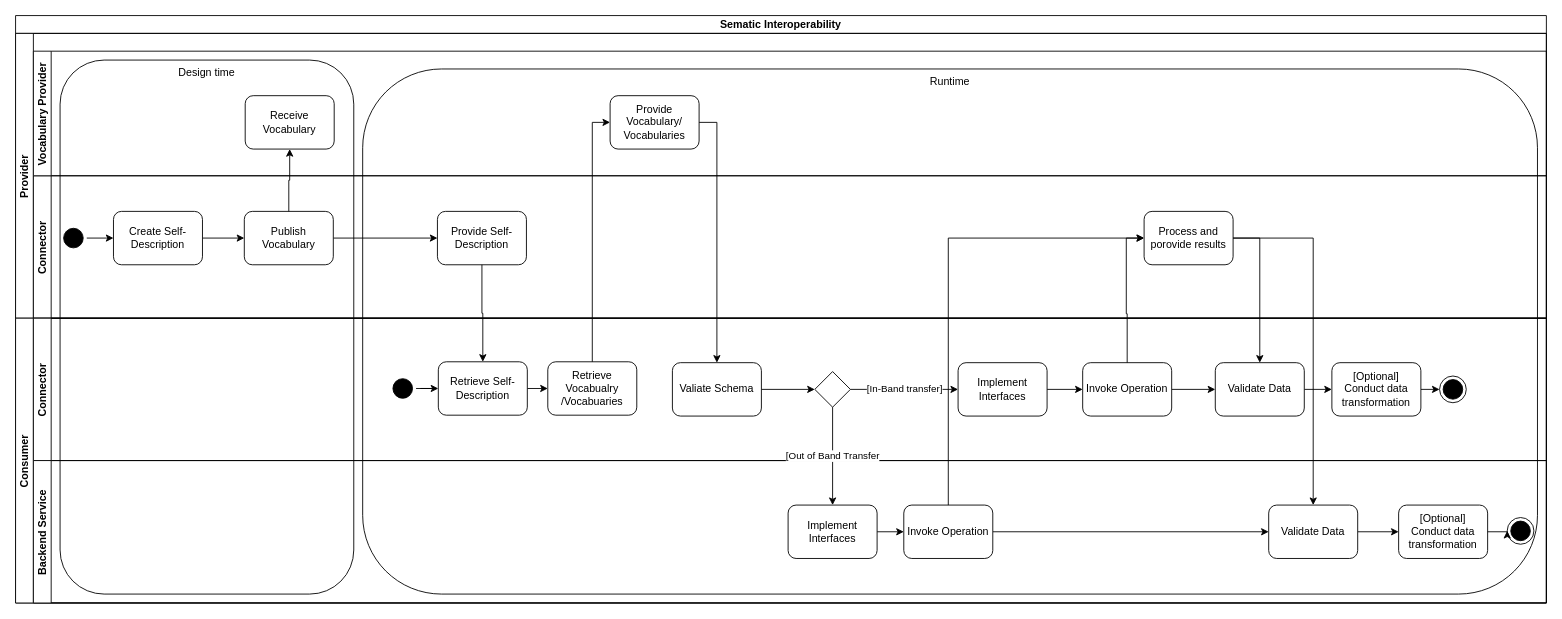
International-Data-Spaces-Association/IDS-RAM_4_0 keeps this draw.io diagram as documentation/3_Layers_of_the_Reference_Architecture_Model/3_4_Process_Layer/media/semantic_interop_data-transfer.drawio. Above is the earlier version. Source tidied: cells renumbered, new cells numbered last; positions are measured from the earlier drawing's top-left corner, leaving out a move shared by most shapes. Both pictures are drawn from the tidied source at 89%, with x=0, y=0 at pixel (15, 15).
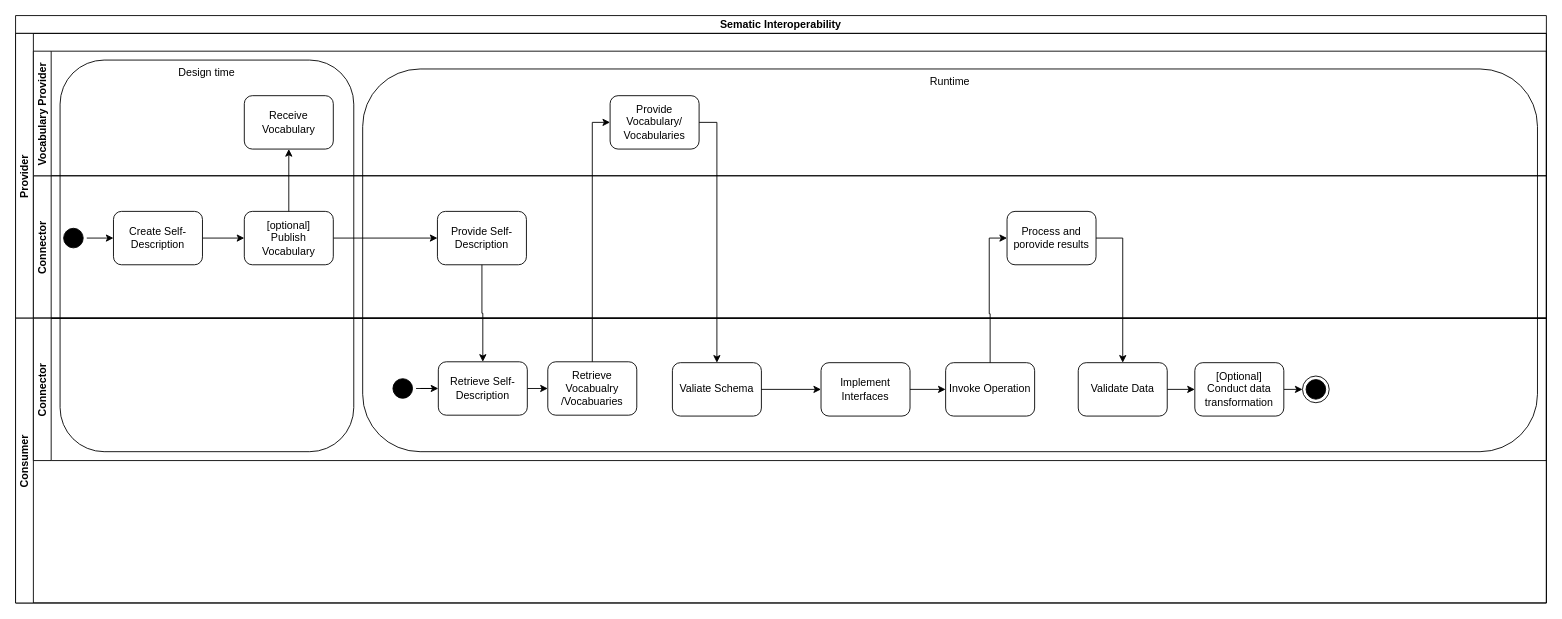
The same page after the edit.

The change refers to these unchanged cells:
```xml
<mxCell id="3" value="Sematic Interoperability" style="swimlane;horizontal=1;startSize=20;fontStyle=1;" parent="1" vertex="1">
  <mxGeometry width="1720" height="660" as="geometry" />
</mxCell>
<mxCell id="5" value="Connector" style="swimlane;startSize=20;horizontal=0;" parent="4" vertex="1">
  <mxGeometry x="20" y="160" width="1700" height="160" as="geometry" />
</mxCell>
<mxCell id="14" value="Vocabulary Provider" style="swimlane;startSize=20;horizontal=0;" parent="4" vertex="1">
  <mxGeometry x="20" y="20" width="1700" height="140" as="geometry" />
</mxCell>
<mxCell id="19" value="Consumer" style="swimlane;startSize=20;horizontal=0;" parent="3" vertex="1">
  <mxGeometry y="340" width="1720" height="320" as="geometry" />
</mxCell>
<mxCell id="20" value="Connector" style="swimlane;startSize=20;horizontal=0;" parent="19" vertex="1">
  <mxGeometry x="20" width="1700" height="160" as="geometry" />
</mxCell>
<mxCell id="27" value="Valiate Schema" style="rounded=1;whiteSpace=wrap;html=1;strokeColor=default;" parent="20" vertex="1">
  <mxGeometry x="718" y="50" width="100" height="60" as="geometry" />
</mxCell>
```

Diff of the diagram source:
```diff
@@
+    <mxCell id="57" value="Runtime" style="rounded=1;whiteSpace=wrap;html=1;fillColor=none;verticalAlign=top;" parent="1" vertex="1">
+      <mxGeometry x="390" y="60" width="1320" height="430" as="geometry" />
+    </mxCell>
     <mxCell id="2" value="Design time" style="rounded=1;whiteSpace=wrap;html=1;fillColor=none;verticalAlign=top;" parent="1" vertex="1">
-      <mxGeometry x="50" y="50" width="330" height="600" as="geometry" />
+      <mxGeometry x="50" y="50" width="330" height="440" as="geometry" />
     </mxCell>
@@
     <mxCell id="7" value="Process and porovide results" style="rounded=1;whiteSpace=wrap;html=1;strokeColor=default;" parent="5" vertex="1">
-      <mxGeometry x="1248" y="40" width="100" height="60" as="geometry" />
+      <mxGeometry x="1094" y="40" width="100" height="60" as="geometry" />
     </mxCell>
@@
-    <mxCell id="13" value="Publish Vocabulary" style="rounded=1;whiteSpace=wrap;html=1;strokeColor=default;" parent="5" vertex="1">
+    <mxCell id="13" value="[optional]&lt;br&gt;Publish Vocabulary" style="rounded=1;whiteSpace=wrap;html=1;strokeColor=default;" parent="5" vertex="1">
       <mxGeometry x="237" y="40" width="100" height="60" as="geometry" />
     </mxCell>
@@
     <mxCell id="16" value="Receive Vocabulary" style="rounded=1;whiteSpace=wrap;html=1;strokeColor=default;" parent="14" vertex="1">
-      <mxGeometry x="238" y="50" width="100" height="60" as="geometry" />
+      <mxGeometry x="237" y="50" width="100" height="60" as="geometry" />
     </mxCell>
@@
-    <mxCell id="26" style="edgeStyle=orthogonalEdgeStyle;rounded=0;jettySize=auto;html=1;exitX=1;exitY=0.5;exitDx=0;exitDy=0;entryX=0;entryY=0.5;entryDx=0;entryDy=0;" parent="20" edge="1" source="27" target="29">
-      <mxGeometry relative="1" as="geometry" />
-    </mxCell>
@@
-    <mxCell id="28" value="[In-Band transfer]" style="edgeStyle=orthogonalEdgeStyle;rounded=0;jettySize=auto;html=1;exitX=1;exitY=0.5;exitDx=0;exitDy=0;entryX=0;entryY=0.5;entryDx=0;entryDy=0;" parent="20" edge="1" source="29" target="31">
-      <mxGeometry relative="1" as="geometry" />
-    </mxCell>
-    <mxCell id="29" style="rhombus;whiteSpace=wrap;html=1;" parent="20" vertex="1">
-      <mxGeometry x="878" y="60" width="40" height="40" as="geometry" />
-    </mxCell>
@@
     <mxCell id="31" value="Implement Interfaces" style="rounded=1;whiteSpace=wrap;html=1;strokeColor=default;" parent="20" vertex="1">
-      <mxGeometry x="1039" y="50" width="100" height="60" as="geometry" />
+      <mxGeometry x="885" y="50" width="100" height="60" as="geometry" />
     </mxCell>
@@
     <mxCell id="33" value="[Optional]&lt;br&gt;Conduct data transformation" style="rounded=1;whiteSpace=wrap;html=1;strokeColor=default;" parent="20" vertex="1">
-      <mxGeometry x="1459" y="50" width="100" height="60" as="geometry" />
+      <mxGeometry x="1305" y="50" width="100" height="60" as="geometry" />
     </mxCell>
@@
     <mxCell id="35" value="Validate Data" style="rounded=1;whiteSpace=wrap;html=1;strokeColor=default;" parent="20" vertex="1">
-      <mxGeometry x="1328" y="50" width="100" height="60" as="geometry" />
+      <mxGeometry x="1174" y="50" width="100" height="60" as="geometry" />
     </mxCell>
-    <mxCell id="36" style="edgeStyle=orthogonalEdgeStyle;rounded=0;jettySize=auto;html=1;exitX=1;exitY=0.5;exitDx=0;exitDy=0;entryX=0;entryY=0.5;entryDx=0;entryDy=0;" parent="20" edge="1" source="37" target="35">
-      <mxGeometry relative="1" as="geometry" />
-    </mxCell>
     <mxCell id="37" value="Invoke Operation" style="rounded=1;whiteSpace=wrap;html=1;strokeColor=default;" parent="20" vertex="1">
-      <mxGeometry x="1179" y="50" width="100" height="60" as="geometry" />
+      <mxGeometry x="1025" y="50" width="100" height="60" as="geometry" />
     </mxCell>
     <mxCell id="38" style="ellipse;html=1;shape=endState;fillColor=#000000;strokeColor=#000000;" parent="20" vertex="1">
-      <mxGeometry x="1580" y="65" width="30" height="30" as="geometry" />
+      <mxGeometry x="1426" y="65" width="30" height="30" as="geometry" />
     </mxCell>
-    <mxCell id="39" value="Backend Service" style="swimlane;startSize=20;horizontal=0;" parent="19" vertex="1">
-      <mxGeometry x="20" y="160" width="1700" height="160" as="geometry" />
-    </mxCell>
-    <mxCell id="40" value="[Optional]&lt;br&gt;Conduct data transformation" style="rounded=1;whiteSpace=wrap;html=1;strokeColor=default;" parent="39" vertex="1">
-      <mxGeometry x="1534" y="50" width="100" height="60" as="geometry" />
-    </mxCell>
-    <mxCell id="41" style="edgeStyle=orthogonalEdgeStyle;rounded=0;jettySize=auto;html=1;exitX=1;exitY=0.5;exitDx=0;exitDy=0;entryX=0;entryY=0.5;entryDx=0;entryDy=0;" parent="39" edge="1" source="42" target="40">
-      <mxGeometry relative="1" as="geometry" />
-    </mxCell>
-    <mxCell id="42" value="Validate Data" style="rounded=1;whiteSpace=wrap;html=1;strokeColor=default;" parent="39" vertex="1">
-      <mxGeometry x="1388" y="50" width="100" height="60" as="geometry" />
-    </mxCell>
-    <mxCell id="43" style="edgeStyle=orthogonalEdgeStyle;rounded=0;jettySize=auto;html=1;exitX=1;exitY=0.5;exitDx=0;exitDy=0;entryX=0;entryY=0.5;entryDx=0;entryDy=0;" parent="39" edge="1" source="44" target="46">
-      <mxGeometry relative="1" as="geometry" />
-    </mxCell>
-    <mxCell id="44" value="Implement Interfaces" style="rounded=1;whiteSpace=wrap;html=1;strokeColor=default;" parent="39" vertex="1">
-      <mxGeometry x="848" y="50" width="100" height="60" as="geometry" />
-    </mxCell>
-    <mxCell id="45" style="edgeStyle=orthogonalEdgeStyle;rounded=0;jettySize=auto;html=1;exitX=1;exitY=0.5;exitDx=0;exitDy=0;entryX=0;entryY=0.5;entryDx=0;entryDy=0;" parent="39" edge="1" source="46" target="42">
-      <mxGeometry relative="1" as="geometry" />
-    </mxCell>
-    <mxCell id="46" value="Invoke Operation" style="rounded=1;whiteSpace=wrap;html=1;strokeColor=default;" parent="39" vertex="1">
-      <mxGeometry x="978" y="50" width="100" height="60" as="geometry" />
-    </mxCell>
+    <mxCell id="58" style="edgeStyle=orthogonalEdgeStyle;rounded=0;jettySize=auto;html=1;exitX=1;exitY=0.5;exitDx=0;exitDy=0;entryX=0;entryY=0.5;entryDx=0;entryDy=0;" parent="20" edge="1" source="27" target="31">
+      <mxGeometry relative="1" as="geometry" />
+    </mxCell>
@@
-    <mxCell id="48" value="[Out of Band Transfer" style="edgeStyle=orthogonalEdgeStyle;rounded=0;jettySize=auto;html=1;exitX=0.5;exitY=1;exitDx=0;exitDy=0;entryX=0.5;entryY=0;entryDx=0;entryDy=0;" parent="19" edge="1" source="29" target="44">
-      <mxGeometry relative="1" as="geometry" />
-    </mxCell>
@@
-    <mxCell id="53" style="edgeStyle=orthogonalEdgeStyle;rounded=0;jettySize=auto;html=1;exitX=0.5;exitY=0;exitDx=0;exitDy=0;entryX=0;entryY=0.5;entryDx=0;entryDy=0;" parent="3" edge="1" source="46" target="7">
-      <mxGeometry relative="1" as="geometry" />
-    </mxCell>
-    <mxCell id="54" style="edgeStyle=orthogonalEdgeStyle;rounded=0;jettySize=auto;html=1;exitX=1;exitY=0.5;exitDx=0;exitDy=0;entryX=0.5;entryY=0;entryDx=0;entryDy=0;" parent="3" edge="1" source="7" target="42">
-      <mxGeometry relative="1" as="geometry" />
-    </mxCell>
-    <mxCell id="55" style="ellipse;html=1;shape=endState;fillColor=#000000;strokeColor=#000000;" parent="1" vertex="1">
-      <mxGeometry x="1676" y="564" width="30" height="30" as="geometry" />
-    </mxCell>
-    <mxCell id="56" style="edgeStyle=orthogonalEdgeStyle;rounded=0;jettySize=auto;html=1;exitX=1;exitY=0.5;exitDx=0;exitDy=0;entryX=0;entryY=0.5;entryDx=0;entryDy=0;" parent="1" edge="1" source="40" target="55">
-      <mxGeometry relative="1" as="geometry" />
-    </mxCell>
-    <mxCell id="57" value="Runtime" style="rounded=1;whiteSpace=wrap;html=1;fillColor=none;verticalAlign=top;" parent="1" vertex="1">
-      <mxGeometry x="390" y="60" width="1320" height="590" as="geometry" />
-    </mxCell>
```
